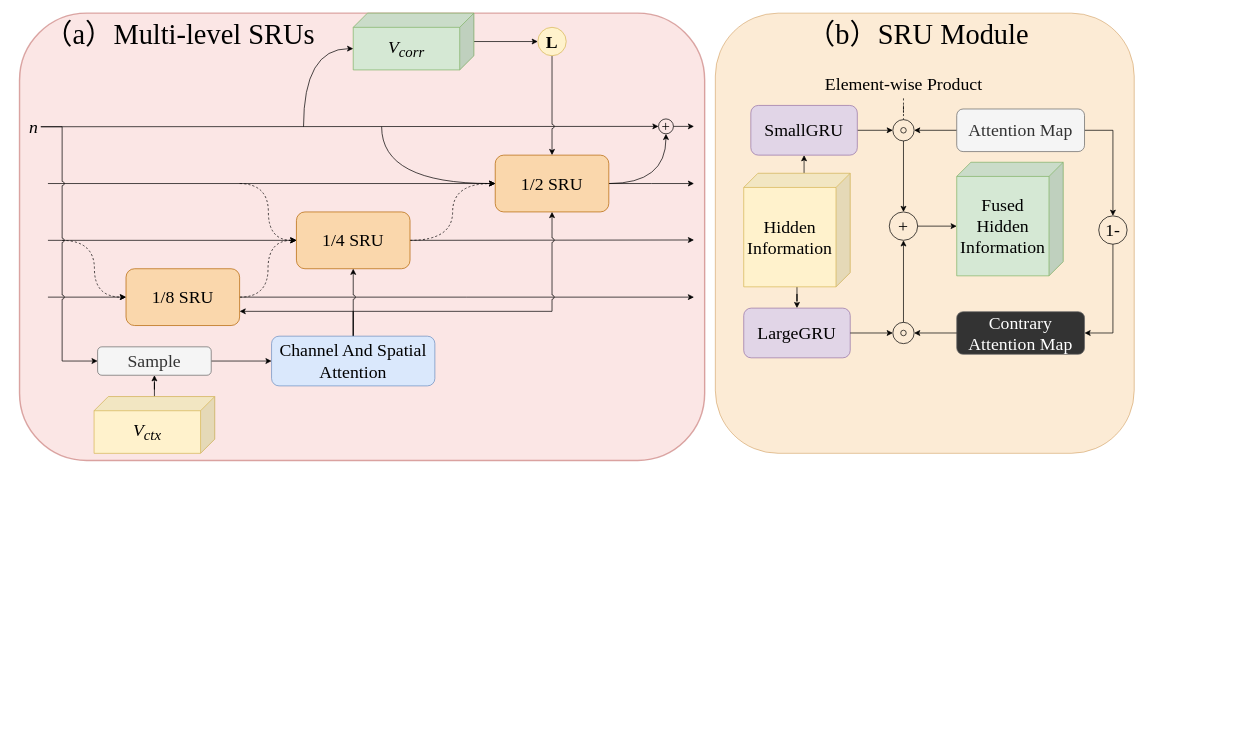
Above: sru.drawio in wangpinzhi/wangpinzhi.github.io (draw.io), before the change. Source tidied: cells renumbered, new cells numbered last; positions are measured from the earlier drawing's top-left corner, leaving out a move shared by most shapes. Both pictures are drawn from the tidied source at 71%, with x=0, y=0 at pixel (12, 13).
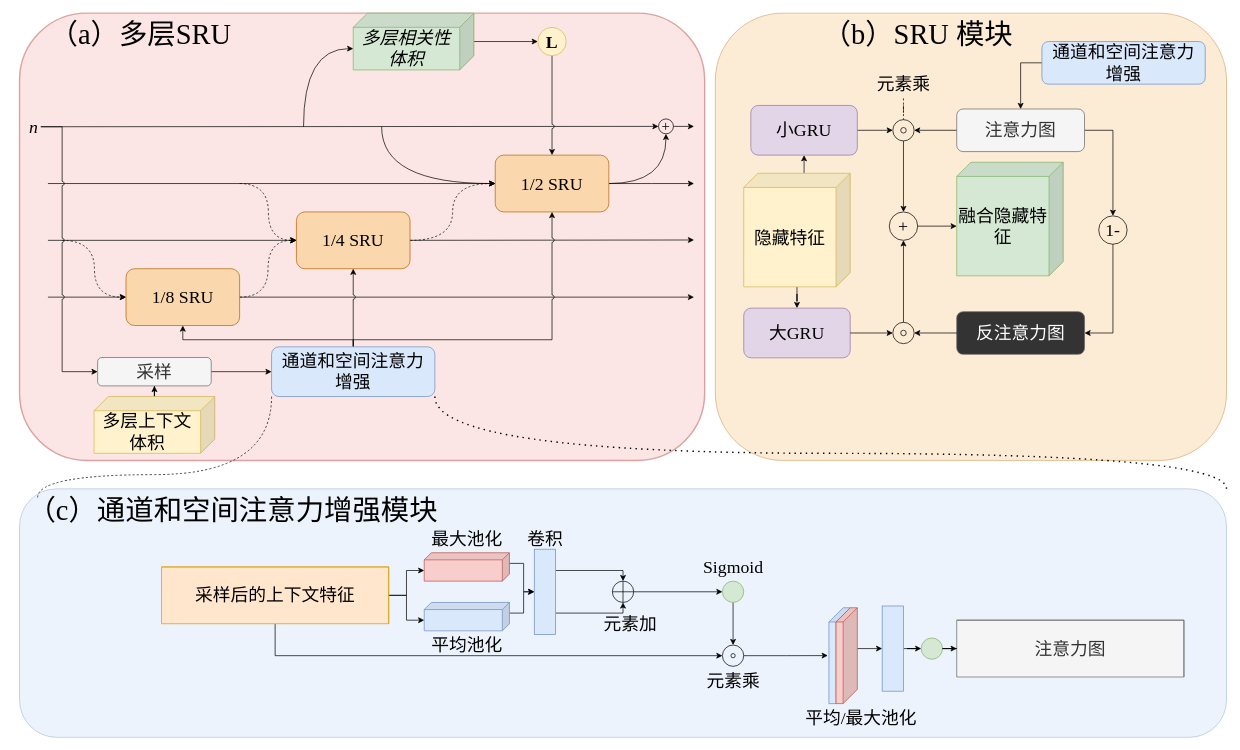
Above is the later version.

The change refers to these unchanged cells:
```xml
<mxCell id="6" value="1/2 SRU" style="rounded=1;whiteSpace=wrap;html=1;fontSize=25;fillColor=#fad7ac;strokeColor=#b46504;fontFamily=Times New Roman;" parent="1" vertex="1">
  <mxGeometry x="680" y="200" width="160" height="80" as="geometry" />
</mxCell>
<mxCell id="13" value="1/8 SRU" style="rounded=1;whiteSpace=wrap;html=1;fontSize=25;fillColor=#fad7ac;strokeColor=#b46504;fontFamily=Times New Roman;" parent="1" vertex="1">
  <mxGeometry x="160" y="360" width="160" height="80" as="geometry" />
</mxCell>
<mxCell id="24" value="n" style="ellipse;whiteSpace=wrap;html=1;fillColor=none;strokeColor=none;fontFamily=Times New Roman;fontSize=25;fontStyle=2;" parent="1" vertex="1">
  <mxGeometry x="20" y="150" width="20" height="20" as="geometry" />
</mxCell>
```

Diff of the diagram source:
```diff
@@
+    <mxCell id="70" style="rounded=1;whiteSpace=wrap;html=1;fillColor=#dae8fc;strokeColor=#6c8ebf;fontSize=25;fontFamily=Times New Roman;opacity=50;" parent="1" vertex="1">
+      <mxGeometry x="10" y="670" width="1700" height="350" as="geometry" />
+    </mxCell>
     <mxCell id="2" style="rounded=1;whiteSpace=wrap;html=1;fontSize=25;fillColor=#fad7ac;strokeColor=#b46504;fontFamily=Times New Roman;opacity=50;" parent="1" vertex="1">
-      <mxGeometry x="990" width="590" height="620" as="geometry" />
+      <mxGeometry x="990" width="720" height="630" as="geometry" />
     </mxCell>
@@
-    <mxCell id="28" value="V&lt;sub&gt;corr&lt;/sub&gt;" style="shape=cube;whiteSpace=wrap;html=1;boundedLbl=1;backgroundOutline=1;darkOpacity=0.05;darkOpacity2=0.1;flipH=1;fillColor=#d5e8d4;strokeColor=#82b366;fontSize=25;fontStyle=2;fontFamily=Times New Roman;" parent="1" vertex="1">
+    <mxCell id="28" value="多层相关性体积" style="shape=cube;whiteSpace=wrap;html=1;boundedLbl=1;backgroundOutline=1;darkOpacity=0.05;darkOpacity2=0.1;flipH=1;fillColor=#d5e8d4;strokeColor=#82b366;fontSize=25;fontStyle=2;fontFamily=Times New Roman;" parent="1" vertex="1">
       <mxGeometry x="480" width="170" height="80" as="geometry" />
     </mxCell>
@@
-    <mxCell id="33" value="V&lt;sub&gt;ctx&lt;/sub&gt;" style="shape=cube;whiteSpace=wrap;html=1;boundedLbl=1;backgroundOutline=1;darkOpacity=0.05;darkOpacity2=0.1;flipH=1;fillColor=#fff2cc;strokeColor=#d6b656;fontSize=25;fontStyle=2;fontFamily=Times New Roman;" parent="1" vertex="1">
+    <mxCell id="33" value="多层上下文体积" style="shape=cube;whiteSpace=wrap;html=1;boundedLbl=1;backgroundOutline=1;darkOpacity=0.05;darkOpacity2=0.1;flipH=1;fillColor=#fff2cc;strokeColor=#d6b656;fontSize=25;fontStyle=0;fontFamily=Times New Roman;" parent="1" vertex="1">
       <mxGeometry x="115" y="540" width="170" height="80" as="geometry" />
     </mxCell>
@@
-    <mxCell id="35" value="Sample" style="rounded=1;whiteSpace=wrap;html=1;fontSize=25;fillColor=#f5f5f5;strokeColor=#666666;fontColor=#333333;fontFamily=Times New Roman;" parent="1" vertex="1">
-      <mxGeometry x="120" y="470" width="160" height="40" as="geometry" />
+    <mxCell id="35" value="采样" style="rounded=1;whiteSpace=wrap;html=1;fontSize=25;fillColor=#f5f5f5;strokeColor=#666666;fontColor=#333333;fontFamily=Times New Roman;" parent="1" vertex="1">
+      <mxGeometry x="120" y="485" width="160" height="40" as="geometry" />
     </mxCell>
     <mxCell id="36" style="edgeStyle=orthogonalEdgeStyle;rounded=0;jettySize=auto;html=1;exitX=1;exitY=0.5;exitDx=0;exitDy=0;entryX=0;entryY=0.5;entryDx=0;entryDy=0;jumpStyle=arc;" parent="1" edge="1" source="24" target="35">
       <mxGeometry relative="1" as="geometry">
         <Array as="points">
           <mxPoint x="70" y="160" />
-          <mxPoint x="70" y="490" />
+          <mxPoint x="70" y="505" />
         </Array>
       </mxGeometry>
     </mxCell>
-    <mxCell id="37" style="edgeStyle=orthogonalEdgeStyle;rounded=0;jettySize=auto;html=1;entryX=1;entryY=0.75;entryDx=0;entryDy=0;exitX=0.5;exitY=0;exitDx=0;exitDy=0;" parent="1" edge="1" source="40" target="13">
-      <mxGeometry relative="1" as="geometry" />
-    </mxCell>
@@
     <mxCell id="39" style="edgeStyle=orthogonalEdgeStyle;rounded=0;jettySize=auto;html=1;exitX=0.5;exitY=0;exitDx=0;exitDy=0;entryX=0.5;entryY=1;entryDx=0;entryDy=0;jumpStyle=arc;" parent="1" edge="1" source="40" target="6">
       <mxGeometry relative="1" as="geometry">
         <Array as="points">
-          <mxPoint x="480" y="420" />
-          <mxPoint x="760" y="420" />
+          <mxPoint x="480" y="460" />
+          <mxPoint x="760" y="460" />
         </Array>
       </mxGeometry>
     </mxCell>
+    <mxCell id="37" style="edgeStyle=orthogonalEdgeStyle;rounded=0;jettySize=auto;html=1;exitX=0.5;exitY=0;exitDx=0;exitDy=0;entryX=0.5;entryY=1;entryDx=0;entryDy=0;" parent="1" edge="1" source="40" target="13">
+      <mxGeometry relative="1" as="geometry">
+        <Array as="points">
+          <mxPoint x="480" y="460" />
+          <mxPoint x="240" y="460" />
+        </Array>
+      </mxGeometry>
+    </mxCell>
-    <mxCell id="40" value="Channel And Spatial&lt;div&gt;Attention&lt;/div&gt;" style="rounded=1;whiteSpace=wrap;html=1;fillColor=#dae8fc;strokeColor=#6c8ebf;fontSize=25;fontFamily=Times New Roman;" parent="1" vertex="1">
-      <mxGeometry x="365" y="455" width="230" height="70" as="geometry" />
+    <mxCell id="40" value="通道和空间注意力&lt;div&gt;增强&lt;/div&gt;" style="rounded=1;whiteSpace=wrap;html=1;fillColor=#dae8fc;strokeColor=#6c8ebf;fontSize=25;fontFamily=Times New Roman;" parent="1" vertex="1">
+      <mxGeometry x="365" y="470" width="230" height="70" as="geometry" />
     </mxCell>
-    <mxCell id="41" value="（a）Multi-level SRUs" style="text;html=1;align=center;verticalAlign=middle;strokeColor=none;fillColor=none;fontFamily=Times New Roman;fontSize=40;" parent="1" vertex="1">
-      <mxGeometry x="35" width="400" height="60" as="geometry" />
+    <mxCell id="41" value="（a）多层SRU" style="text;html=1;align=center;verticalAlign=middle;strokeColor=none;fillColor=none;fontFamily=Times New Roman;fontSize=40;" parent="1" vertex="1">
+      <mxGeometry x="40" width="280" height="60" as="geometry" />
     </mxCell>
@@
-    <mxCell id="44" value="Hidden&lt;br&gt;Information" style="shape=cube;whiteSpace=wrap;html=1;boundedLbl=1;backgroundOutline=1;darkOpacity=0.05;darkOpacity2=0.1;flipH=1;fillColor=#fff2cc;strokeColor=#d6b656;fontSize=25;fontStyle=0;fontFamily=Times New Roman;" parent="1" vertex="1">
+    <mxCell id="44" value="隐藏特征" style="shape=cube;whiteSpace=wrap;html=1;boundedLbl=1;backgroundOutline=1;darkOpacity=0.05;darkOpacity2=0.1;flipH=1;fillColor=#fff2cc;strokeColor=#d6b656;fontSize=25;fontStyle=0;fontFamily=Times New Roman;" parent="1" vertex="1">
       <mxGeometry x="1030" y="225.5" width="150" height="160" as="geometry" />
     </mxCell>
@@
-    <mxCell id="46" value="SmallGRU" style="rounded=1;whiteSpace=wrap;html=1;fillColor=#e1d5e7;strokeColor=#9673a6;fontSize=25;fontFamily=Times New Roman;" parent="1" vertex="1">
+    <mxCell id="46" value="小GRU" style="rounded=1;whiteSpace=wrap;html=1;fillColor=#e1d5e7;strokeColor=#9673a6;fontSize=25;fontFamily=Times New Roman;" parent="1" vertex="1">
       <mxGeometry x="1040" y="130" width="150" height="70" as="geometry" />
     </mxCell>
-    <mxCell id="47" value="LargeGRU" style="rounded=1;whiteSpace=wrap;html=1;fillColor=#e1d5e7;strokeColor=#9673a6;fontSize=25;fontFamily=Times New Roman;" parent="1" vertex="1">
+    <mxCell id="47" value="大GRU" style="rounded=1;whiteSpace=wrap;html=1;fillColor=#e1d5e7;strokeColor=#9673a6;fontSize=25;fontFamily=Times New Roman;" parent="1" vertex="1">
       <mxGeometry x="1030" y="415.5" width="150" height="70" as="geometry" />
     </mxCell>
@@
-    <mxCell id="50" value="Attention Map" style="rounded=1;whiteSpace=wrap;html=1;fillColor=#f5f5f5;fontColor=#333333;strokeColor=#666666;fontFamily=Times New Roman;fontSize=25;" parent="1" vertex="1">
+    <mxCell id="50" value="注意力图" style="rounded=1;whiteSpace=wrap;html=1;fillColor=#f5f5f5;fontColor=#333333;strokeColor=#666666;fontFamily=Times New Roman;fontSize=25;" parent="1" vertex="1">
       <mxGeometry x="1330" y="135" width="180" height="60" as="geometry" />
     </mxCell>
-    <mxCell id="51" value="Contrary&lt;br&gt;Attention Map" style="rounded=1;whiteSpace=wrap;html=1;fillColor=#333333;fontColor=#FFFFFF;strokeColor=#666666;fontFamily=Times New Roman;fontSize=25;" parent="1" vertex="1">
+    <mxCell id="51" value="反注意力图" style="rounded=1;whiteSpace=wrap;html=1;fillColor=#333333;fontColor=#FFFFFF;strokeColor=#666666;fontFamily=Times New Roman;fontSize=25;" parent="1" vertex="1">
       <mxGeometry x="1330" y="420.5" width="180" height="60" as="geometry" />
     </mxCell>
@@
-    <mxCell id="58" value="Element-wise Product" style="text;html=1;align=center;verticalAlign=middle;points=[];strokeColor=none;fillColor=none;fontFamily=Times New Roman;fontSize=25;dashed=1;" parent="1" vertex="1">
-      <mxGeometry x="1135" y="80" width="240" height="40" as="geometry" />
+    <mxCell id="58" value="元素乘" style="text;html=1;align=center;verticalAlign=middle;points=[];strokeColor=none;fillColor=none;fontFamily=Times New Roman;fontSize=25;dashed=1;" parent="1" vertex="1">
+      <mxGeometry x="1205" y="80" width="100" height="40" as="geometry" />
     </mxCell>
@@
-    <mxCell id="68" value="Fused&lt;br&gt;Hidden&lt;br&gt;Information" style="shape=cube;whiteSpace=wrap;html=1;boundedLbl=1;backgroundOutline=1;darkOpacity=0.05;darkOpacity2=0.1;flipH=1;fillColor=#d5e8d4;strokeColor=#82b366;fontSize=25;fontStyle=0;fontFamily=Times New Roman;" parent="1" vertex="1">
+    <mxCell id="68" value="融合隐藏特征" style="shape=cube;whiteSpace=wrap;html=1;boundedLbl=1;backgroundOutline=1;darkOpacity=0.05;darkOpacity2=0.1;flipH=1;fillColor=#d5e8d4;strokeColor=#82b366;fontSize=25;fontStyle=0;fontFamily=Times New Roman;" parent="1" vertex="1">
       <mxGeometry x="1330" y="210" width="150" height="160" as="geometry" />
     </mxCell>
-    <mxCell id="69" value="（b）SRU Module" style="text;html=1;align=center;verticalAlign=middle;strokeColor=none;fillColor=none;fontFamily=Times New Roman;fontSize=40;" parent="1" vertex="1">
-      <mxGeometry x="1105" width="340" height="60" as="geometry" />
+    <mxCell id="69" value="（b）SRU 模块" style="text;html=1;align=center;verticalAlign=middle;strokeColor=none;fillColor=none;fontFamily=Times New Roman;fontSize=40;" parent="1" vertex="1">
+      <mxGeometry x="1130" width="290" height="60" as="geometry" />
     </mxCell>
+    <mxCell id="71" style="edgeStyle=orthogonalEdgeStyle;rounded=0;jettySize=auto;html=1;entryX=0.5;entryY=0;entryDx=0;entryDy=0;exitX=0;exitY=0.5;exitDx=0;exitDy=0;" parent="1" edge="1" source="72" target="50">
+      <mxGeometry relative="1" as="geometry" />
+    </mxCell>
+    <mxCell id="72" value="通道和空间注意力&lt;div&gt;增强&lt;/div&gt;" style="rounded=1;whiteSpace=wrap;html=1;fillColor=#dae8fc;strokeColor=#6c8ebf;fontSize=25;fontFamily=Times New Roman;" parent="1" vertex="1">
+      <mxGeometry x="1450" y="40" width="230" height="60" as="geometry" />
+    </mxCell>
+    <mxCell id="73" style="edgeStyle=orthogonalEdgeStyle;rounded=0;jettySize=auto;html=1;exitX=0;exitY=0;exitDx=0;exitDy=15;entryX=0.5;entryY=1;entryDx=0;entryDy=0;exitPerimeter=0;" parent="1" edge="1" source="95" target="79">
+      <mxGeometry relative="1" as="geometry" />
+    </mxCell>
+    <mxCell id="74" style="edgeStyle=orthogonalEdgeStyle;rounded=0;jettySize=auto;html=1;exitX=0;exitY=0;exitDx=0;exitDy=40;entryX=0;entryY=0;entryDx=120;entryDy=25;entryPerimeter=0;exitPerimeter=0;" parent="1" edge="1" source="108" target="95">
+      <mxGeometry relative="1" as="geometry" />
+    </mxCell>
+    <mxCell id="75" style="edgeStyle=orthogonalEdgeStyle;rounded=0;jettySize=auto;html=1;exitX=0;exitY=0;exitDx=0;exitDy=15;entryX=0.5;entryY=1;entryDx=0;entryDy=0;exitPerimeter=0;" parent="1" edge="1" source="98" target="79">
+      <mxGeometry relative="1" as="geometry" />
+    </mxCell>
+    <mxCell id="76" style="edgeStyle=orthogonalEdgeStyle;rounded=0;jettySize=auto;html=1;exitX=0;exitY=0;exitDx=0;exitDy=40;entryX=0;entryY=0;entryDx=120;entryDy=25;entryPerimeter=0;exitPerimeter=0;" parent="1" edge="1" source="108" target="98">
+      <mxGeometry relative="1" as="geometry" />
+    </mxCell>
+    <mxCell id="77" style="edgeStyle=orthogonalEdgeStyle;rounded=0;jettySize=auto;html=1;exitX=0.75;exitY=0;exitDx=0;exitDy=0;entryX=0.5;entryY=1;entryDx=0;entryDy=0;" parent="1" edge="1" source="79" target="81">
+      <mxGeometry relative="1" as="geometry">
+        <Array as="points">
+          <mxPoint x="860" y="845" />
+        </Array>
+      </mxGeometry>
+    </mxCell>
+    <mxCell id="78" style="edgeStyle=orthogonalEdgeStyle;rounded=0;jettySize=auto;html=1;exitX=0.25;exitY=0;exitDx=0;exitDy=0;entryX=0.5;entryY=0;entryDx=0;entryDy=0;" parent="1" edge="1" source="79" target="81">
+      <mxGeometry relative="1" as="geometry">
+        <Array as="points">
+          <mxPoint x="860" y="785" />
+        </Array>
+      </mxGeometry>
+    </mxCell>
+    <mxCell id="79" style="rounded=0;whiteSpace=wrap;html=1;rotation=90;fillColor=#dae8fc;strokeColor=#6c8ebf;fontFamily=Times New Roman;fontSize=25;" parent="1" vertex="1">
+      <mxGeometry x="690" y="800" width="120" height="30" as="geometry" />
+    </mxCell>
+    <mxCell id="80" style="edgeStyle=orthogonalEdgeStyle;rounded=0;jettySize=auto;html=1;exitX=1;exitY=0.5;exitDx=0;exitDy=0;entryX=0;entryY=0.5;entryDx=0;entryDy=0;" parent="1" edge="1" source="81" target="86">
+      <mxGeometry relative="1" as="geometry" />
+    </mxCell>
+    <mxCell id="81" style="ellipse;whiteSpace=wrap;html=1;fillColor=none;fontStyle=1;" parent="1" vertex="1">
+      <mxGeometry x="845" y="800" width="30" height="30" as="geometry" />
+    </mxCell>
+    <mxCell id="82" style="endArrow=none;html=1;rounded=0;exitX=0;exitY=0.5;exitDx=0;exitDy=0;entryX=1;entryY=0.5;entryDx=0;entryDy=0;" parent="1" edge="1" source="81" target="81">
+      <mxGeometry relative="1" as="geometry" />
+    </mxCell>
+    <mxCell id="83" style="endArrow=none;html=1;rounded=0;exitX=0.5;exitY=0;exitDx=0;exitDy=0;entryX=0.5;entryY=1;entryDx=0;entryDy=0;" parent="1" edge="1" source="81" target="81">
+      <mxGeometry relative="1" as="geometry" />
+    </mxCell>
+    <mxCell id="84" value="卷积" style="text;html=1;align=center;verticalAlign=middle;strokeColor=none;fillColor=none;fontSize=25;fontFamily=Times New Roman;" parent="1" vertex="1">
+      <mxGeometry x="715" y="720" width="70" height="40" as="geometry" />
+    </mxCell>
+    <mxCell id="85" style="edgeStyle=orthogonalEdgeStyle;rounded=0;jettySize=auto;html=1;entryX=0.5;entryY=0;entryDx=0;entryDy=0;" parent="1" edge="1" source="86" target="88">
+      <mxGeometry relative="1" as="geometry" />
+    </mxCell>
+    <mxCell id="86" style="ellipse;whiteSpace=wrap;html=1;fillColor=#d5e8d4;fontStyle=1;strokeColor=#82b366;" parent="1" vertex="1">
+      <mxGeometry x="1000" y="800" width="30" height="30" as="geometry" />
+    </mxCell>
+    <mxCell id="87" style="group;" parent="1" vertex="1">
+      <mxGeometry x="1000" y="890" width="30" height="30" as="geometry" />
+    </mxCell>
+    <mxCell id="88" style="ellipse;whiteSpace=wrap;html=1;fillColor=none;fontStyle=1;" parent="87" vertex="1">
+      <mxGeometry width="30" height="30" as="geometry" />
+    </mxCell>
+    <mxCell id="89" style="ellipse;whiteSpace=wrap;html=1;fillColor=none;fontStyle=1;" parent="87" vertex="1">
+      <mxGeometry x="12" y="12" width="6" height="6" as="geometry" />
+    </mxCell>
+    <mxCell id="90" style="edgeStyle=orthogonalEdgeStyle;rounded=0;jettySize=auto;html=1;exitX=0;exitY=0;exitDx=160;exitDy=80;entryX=0;entryY=0.5;entryDx=0;entryDy=0;exitPerimeter=0;" parent="1" edge="1" source="108" target="88">
+      <mxGeometry relative="1" as="geometry" />
+    </mxCell>
+    <mxCell id="91" value="元素加" style="text;html=1;align=center;verticalAlign=middle;strokeColor=none;fillColor=none;fontSize=25;fontFamily=Times New Roman;" parent="1" vertex="1">
+      <mxGeometry x="820" y="840" width="100" height="40" as="geometry" />
+    </mxCell>
+    <mxCell id="92" value="元素乘" style="text;html=1;align=center;verticalAlign=middle;strokeColor=none;fillColor=none;fontSize=25;fontFamily=Times New Roman;" parent="1" vertex="1">
+      <mxGeometry x="965" y="920" width="100" height="40" as="geometry" />
+    </mxCell>
+    <mxCell id="93" value="Sigmoid" style="text;html=1;align=center;verticalAlign=middle;strokeColor=none;fillColor=none;fontSize=25;fontFamily=Times New Roman;" parent="1" vertex="1">
+      <mxGeometry x="960" y="760" width="110" height="40" as="geometry" />
+    </mxCell>
+    <mxCell id="94" style="shape=cube;whiteSpace=wrap;html=1;boundedLbl=1;backgroundOutline=1;darkOpacity=0.05;darkOpacity2=0.1;flipH=1;size=20;fillColor=#dae8fc;strokeColor=#6c8ebf;" parent="1" vertex="1">
+      <mxGeometry x="1150" y="837.5" width="30" height="135" as="geometry" />
+    </mxCell>
+    <mxCell id="95" style="shape=cube;whiteSpace=wrap;html=1;boundedLbl=1;backgroundOutline=1;darkOpacity=0.05;darkOpacity2=0.1;flipH=1;size=10;fillColor=#f8cecc;strokeColor=#b85450;" parent="1" vertex="1">
+      <mxGeometry x="580" y="760" width="120" height="40" as="geometry" />
+    </mxCell>
+    <mxCell id="96" style="edgeStyle=orthogonalEdgeStyle;rounded=0;jettySize=auto;html=1;exitX=1;exitY=0.5;exitDx=0;exitDy=0;entryX=1.052;entryY=0.499;entryDx=0;entryDy=0;entryPerimeter=0;" parent="1" edge="1" source="88" target="94">
+      <mxGeometry relative="1" as="geometry" />
+    </mxCell>
+    <mxCell id="97" value="平均/最大池化" style="text;html=1;align=center;verticalAlign=middle;strokeColor=none;fillColor=none;fontSize=25;fontFamily=Times New Roman;" parent="1" vertex="1">
+      <mxGeometry x="1105" y="972.5" width="180" height="40" as="geometry" />
+    </mxCell>
+    <mxCell id="98" style="shape=cube;whiteSpace=wrap;html=1;boundedLbl=1;backgroundOutline=1;darkOpacity=0.05;darkOpacity2=0.1;flipH=1;size=10;fillColor=#dae8fc;strokeColor=#6c8ebf;" parent="1" vertex="1">
+      <mxGeometry x="580" y="830" width="120" height="40" as="geometry" />
+    </mxCell>
+    <mxCell id="99" value="最大池化" style="text;html=1;align=center;verticalAlign=middle;strokeColor=none;fillColor=none;fontSize=25;fontFamily=Times New Roman;" parent="1" vertex="1">
+      <mxGeometry x="580" y="720" width="120" height="40" as="geometry" />
+    </mxCell>
+    <mxCell id="100" value="平均池化" style="text;html=1;align=center;verticalAlign=middle;strokeColor=none;fillColor=none;fontSize=25;fontFamily=Times New Roman;" parent="1" vertex="1">
+      <mxGeometry x="580" y="870" width="120" height="40" as="geometry" />
+    </mxCell>
+    <mxCell id="101" style="edgeStyle=orthogonalEdgeStyle;rounded=0;jettySize=auto;html=1;exitX=0;exitY=0;exitDx=0;exitDy=57.5;exitPerimeter=0;entryX=0.5;entryY=1;entryDx=0;entryDy=0;" parent="1" edge="1" source="102" target="105">
+      <mxGeometry relative="1" as="geometry" />
+    </mxCell>
+    <mxCell id="102" style="shape=cube;whiteSpace=wrap;html=1;boundedLbl=1;backgroundOutline=1;darkOpacity=0.05;darkOpacity2=0.1;flipH=1;size=20;fillColor=#f8cecc;strokeColor=#b85450;" parent="1" vertex="1">
+      <mxGeometry x="1160" y="837.5" width="30" height="135" as="geometry" />
+    </mxCell>
+    <mxCell id="103" style="ellipse;whiteSpace=wrap;html=1;fillColor=#d5e8d4;fontStyle=1;strokeColor=#82b366;" parent="1" vertex="1">
+      <mxGeometry x="1280" y="880" width="30" height="30" as="geometry" />
+    </mxCell>
+    <mxCell id="104" style="edgeStyle=orthogonalEdgeStyle;rounded=0;jettySize=auto;html=1;entryX=0;entryY=0.5;entryDx=0;entryDy=0;" parent="1" edge="1" source="105" target="103">
+      <mxGeometry relative="1" as="geometry" />
+    </mxCell>
+    <mxCell id="105" style="rounded=0;whiteSpace=wrap;html=1;rotation=90;fillColor=#dae8fc;strokeColor=#6c8ebf;fontFamily=Times New Roman;fontSize=25;" parent="1" vertex="1">
+      <mxGeometry x="1180" y="880" width="120" height="30" as="geometry" />
+    </mxCell>
+    <mxCell id="106" value="注意力图" style="shape=cube;whiteSpace=wrap;html=1;boundedLbl=1;backgroundOutline=1;darkOpacity=0.05;darkOpacity2=0.1;flipH=1;size=0;fillColor=#f5f5f5;strokeColor=#666666;fontFamily=Times New Roman;fontSize=25;fontColor=#333333;" parent="1" vertex="1">
+      <mxGeometry x="1330" y="855" width="320" height="80" as="geometry" />
+    </mxCell>
+    <mxCell id="107" style="edgeStyle=orthogonalEdgeStyle;rounded=0;jettySize=auto;html=1;entryX=0;entryY=0;entryDx=320;entryDy=40;entryPerimeter=0;" parent="1" edge="1" source="103" target="106">
+      <mxGeometry relative="1" as="geometry" />
+    </mxCell>
+    <mxCell id="108" value="采样后的上下文特征" style="shape=cube;whiteSpace=wrap;html=1;boundedLbl=1;backgroundOutline=1;darkOpacity=0.05;darkOpacity2=0.1;flipH=1;size=0;fillColor=#ffe6cc;strokeColor=#d79b00;fontFamily=Times New Roman;fontSize=25;fontStyle=0;" parent="1" vertex="1">
+      <mxGeometry x="210" y="780" width="320" height="80" as="geometry" />
+    </mxCell>
+    <mxCell id="109" style="rounded=0;jettySize=auto;html=1;exitX=0;exitY=1;exitDx=0;exitDy=0;entryX=0.015;entryY=0.035;entryDx=0;entryDy=0;entryPerimeter=0;dashed=1;edgeStyle=orthogonalEdgeStyle;curved=1;endArrow=none;startFill=0;" parent="1" edge="1" source="40" target="70">
+      <mxGeometry relative="1" as="geometry">
+        <Array as="points">
+          <mxPoint x="365" y="650" />
+          <mxPoint x="36" y="650" />
+        </Array>
+      </mxGeometry>
+    </mxCell>
+    <mxCell id="110" style="endArrow=none;dashed=1;html=1;dashPattern=1 3;strokeWidth=2;rounded=0;entryX=1;entryY=1;entryDx=0;entryDy=0;exitX=1;exitY=0;exitDx=0;exitDy=0;edgeStyle=orthogonalEdgeStyle;curved=1;" parent="1" edge="1" source="70" target="40">
+      <mxGeometry relative="1" as="geometry">
+        <Array as="points">
+          <mxPoint x="1710" y="620" />
+          <mxPoint x="595" y="620" />
+        </Array>
+      </mxGeometry>
+    </mxCell>
+    <mxCell id="111" value="（c）通道和空间注意力增强模块" style="text;align=center;verticalAlign=middle;strokeColor=none;fillColor=none;html=1;fontSize=40;fontFamily=Times New Roman;" parent="1" vertex="1">
+      <mxGeometry x="10" y="670" width="600" height="60" as="geometry" />
+    </mxCell>
```
